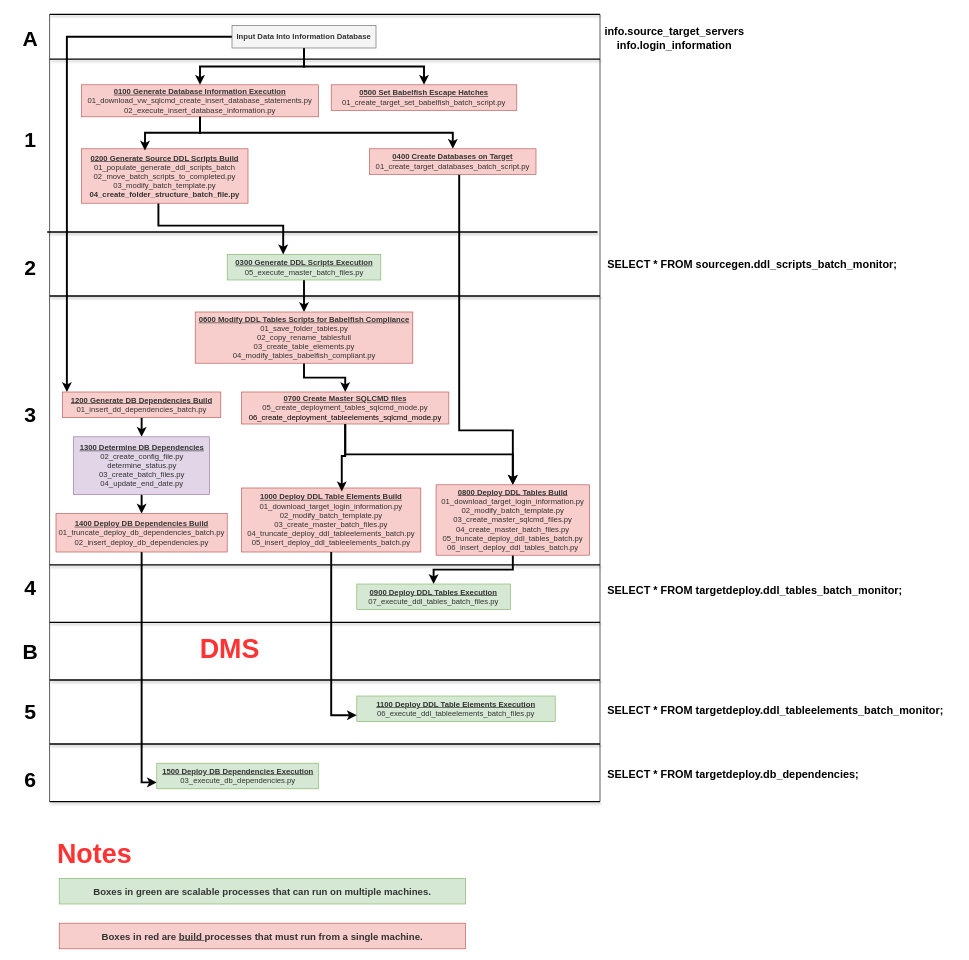
smpetersgithub/draw-diagrams-depot keeps this draw.io diagram as Babelfish Deployment Utility Alpha.drawio. Above is the earlier version. Source tidied: cells renumbered, new cells numbered last; positions are measured from the earlier drawing's top-left corner, leaving out a move shared by most shapes. Both pictures are drawn from the tidied source at 64%, with x=0, y=0 at pixel (11, 14).
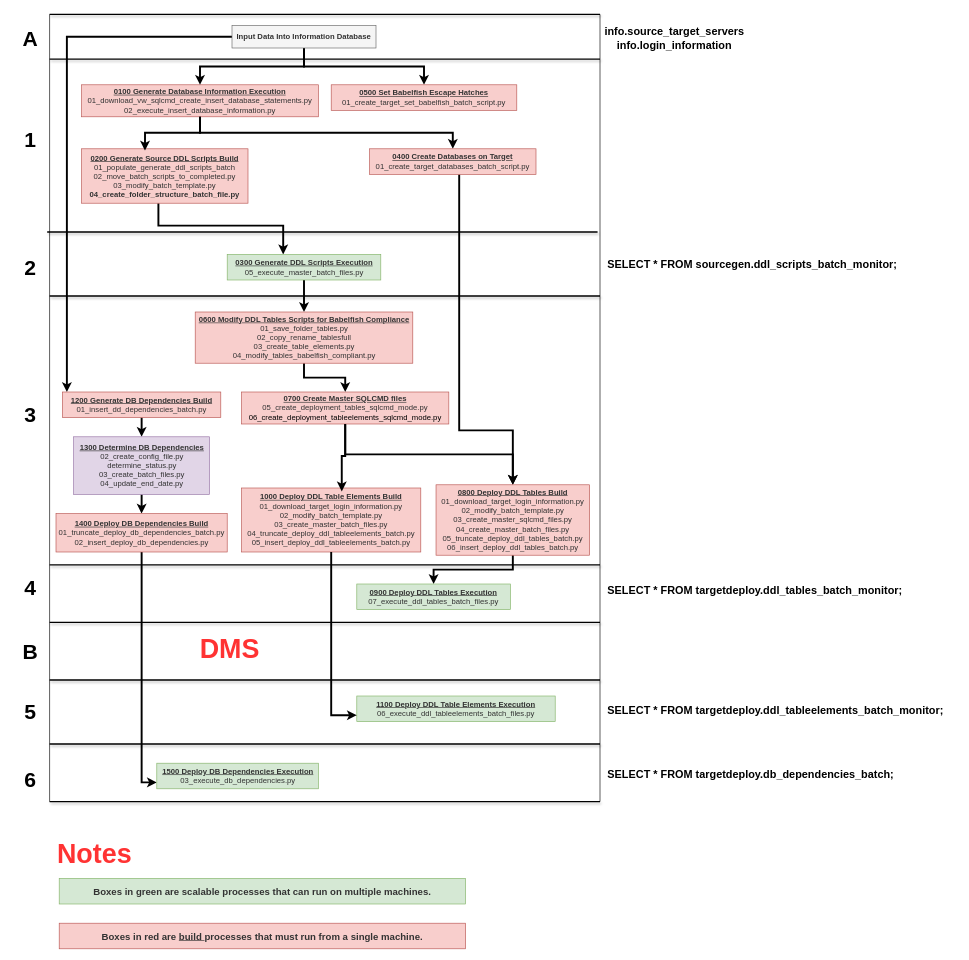
After the change.

Commit message:
Update Babelfish Deployment Utility Flowchart.drawio

What changed in the source:
```diff
@@
-    <mxCell id="58" value="SELECT * FROM targetdeploy.db_dependencies;" style="text;whiteSpace=wrap;fontStyle=1;fontSize=17;" parent="1" vertex="1">
+    <mxCell id="58" value="SELECT * FROM targetdeploy.db_dependencies_batch;" style="text;whiteSpace=wrap;fontStyle=1;fontSize=17;" parent="1" vertex="1">
       <mxGeometry x="930" y="1172" width="467" height="36" as="geometry" />
     </mxCell>
```
